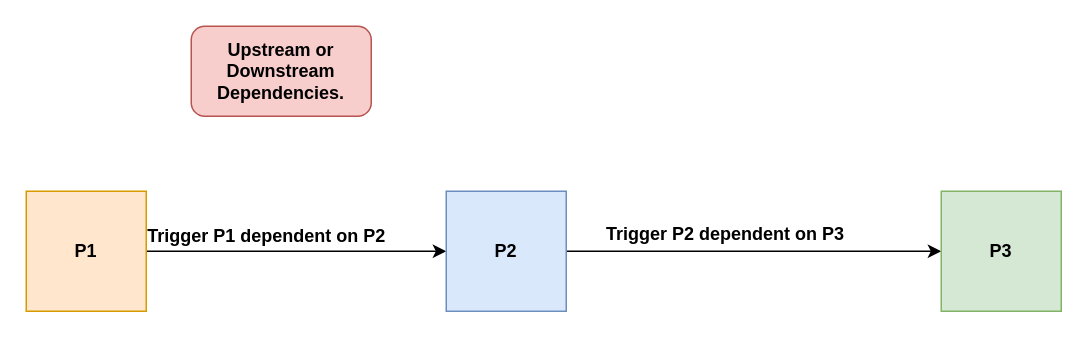
Earlier version of the draw.io diagram Untitled Diagram.drawio (makhan7/Draw-workflows). Source tidied: cells renumbered, new cells numbered last; positions are measured from the earlier drawing's top-left corner, leaving out a move shared by most shapes. Both pictures are drawn from the tidied source at 150%, with x=0, y=0 at pixel (26, 26).
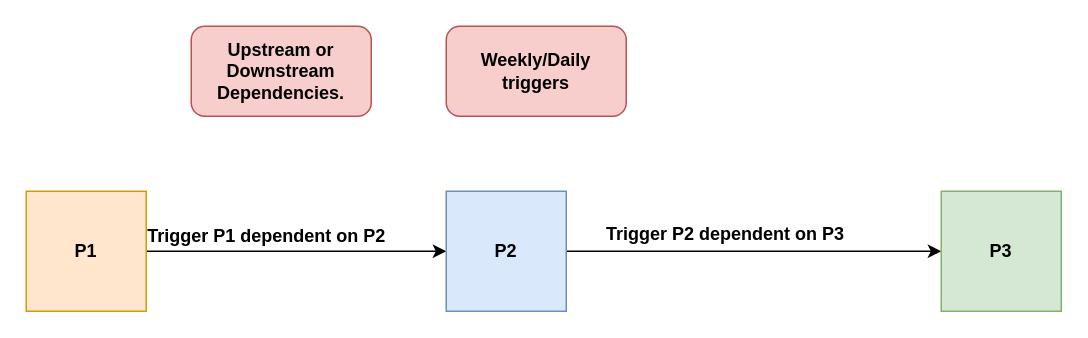
The same diagram, later.

The edit, as a diff of the source:
```diff
@@
 <mxGraphModel>
   <root>
     <mxCell id="0" />
     <mxCell id="1" parent="0" />
     <mxCell id="2" style="edgeStyle=orthogonalEdgeStyle;rounded=0;jettySize=auto;html=1;exitX=1;exitY=0.5;exitDx=0;exitDy=0;entryX=0;entryY=0.5;entryDx=0;entryDy=0;fontStyle=1;" parent="1" edge="1" source="3" target="5">
       <mxGeometry relative="1" as="geometry" />
     </mxCell>
     <mxCell id="3" value="P1" style="whiteSpace=wrap;html=1;fillColor=#ffe6cc;strokeColor=#d79b00;fontStyle=1;" parent="1" vertex="1">
       <mxGeometry y="110" width="80" height="80" as="geometry" />
     </mxCell>
     <mxCell id="4" style="edgeStyle=orthogonalEdgeStyle;rounded=0;jettySize=auto;html=1;exitX=1;exitY=0.5;exitDx=0;exitDy=0;entryX=0;entryY=0.5;entryDx=0;entryDy=0;fontStyle=1;" parent="1" edge="1" source="5" target="6">
       <mxGeometry relative="1" as="geometry" />
     </mxCell>
     <mxCell id="5" value="P2" style="whiteSpace=wrap;html=1;fillColor=#dae8fc;strokeColor=#6c8ebf;fontStyle=1;" parent="1" vertex="1">
       <mxGeometry x="280" y="110" width="80" height="80" as="geometry" />
     </mxCell>
     <mxCell id="6" value="P3" style="whiteSpace=wrap;html=1;fillColor=#d5e8d4;strokeColor=#82b366;fontStyle=1;" parent="1" vertex="1">
       <mxGeometry x="610" y="110" width="80" height="80" as="geometry" />
     </mxCell>
     <mxCell id="7" value="Trigger P1 dependent on P2" style="text;html=1;align=center;verticalAlign=middle;strokeColor=none;fontStyle=1;" parent="1" vertex="1">
       <mxGeometry x="75" y="130" width="170" height="20" as="geometry" />
     </mxCell>
     <mxCell id="8" value="Upstream or Downstream Dependencies." style="rounded=1;whiteSpace=wrap;html=1;fillColor=#f8cecc;strokeColor=#b85450;fontStyle=1;" parent="1" vertex="1">
       <mxGeometry x="110" width="120" height="60" as="geometry" />
     </mxCell>
     <mxCell id="9" value="&lt;div&gt;&lt;b&gt;Trigger P2 dependent on P3&lt;/b&gt;&lt;/div&gt;&lt;div&gt;&lt;b&gt;&lt;br&gt;&lt;/b&gt;&lt;/div&gt;" style="text;whiteSpace=wrap;html=1;" parent="1" vertex="1">
       <mxGeometry x="385" y="125" width="180" height="30" as="geometry" />
     </mxCell>
+    <mxCell id="10" value="Weekly/Daily triggers" style="rounded=1;whiteSpace=wrap;html=1;fillColor=#f8cecc;strokeColor=#b85450;fontStyle=1;" parent="1" vertex="1">
+      <mxGeometry x="280" width="120" height="60" as="geometry" />
+    </mxCell>
   </root>
 </mxGraphModel>
```
